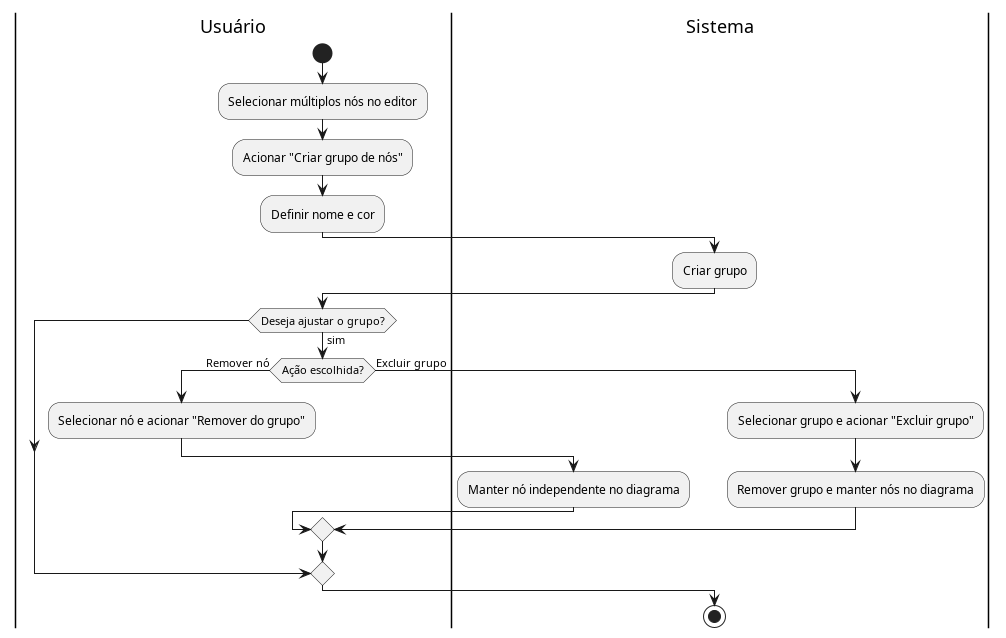
This is docs/casosUso/imagens/diagramas_atividade/diagrama_UC16.png from aspiringluke/Projeto-Integrado-Mobile, a PlantUML export, as it was before one commit.
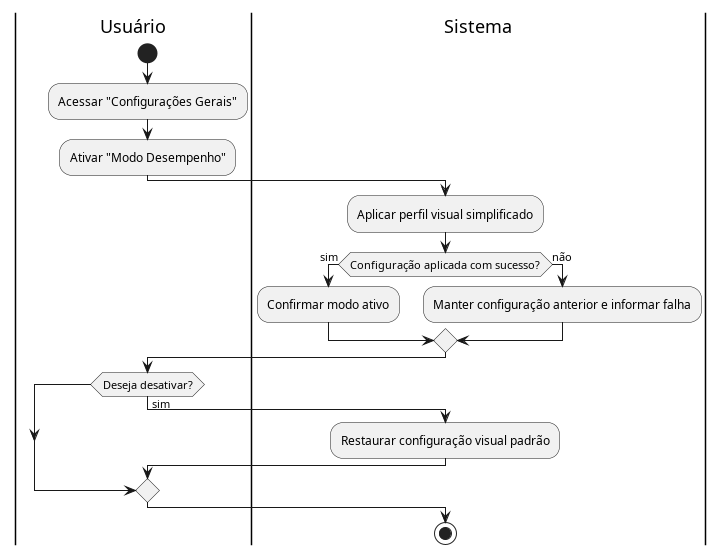
After the change.

What changed in the source:
```diff
@@ -2,24 +2,22 @@
 
 |Usuário|
 start
-:Selecionar múltiplos nós no editor;
-:Acionar "Criar grupo de nós";
-:Definir nome e cor;
+:Acessar "Configurações Gerais";
+:Ativar "Modo Desempenho";
 
 |Sistema|
-:Criar grupo;
+:Aplicar perfil visual simplificado;
+
+if (Configuração aplicada com sucesso?) then (sim)
+  :Confirmar modo ativo;
+else (não)
+  :Manter configuração anterior e informar falha;
+endif
 
 |Usuário|
-if (Deseja ajustar o grupo?) then (sim)
-  if (Ação escolhida?) then (Remover nó)
-  :Selecionar nó e acionar "Remover do grupo";
+if (Deseja desativar?) then (sim)
   |Sistema|
-  :Manter nó independente no diagrama;
-  else (Excluir grupo)
-  :Selecionar grupo e acionar "Excluir grupo";
-    |Sistema|
-    :Remover grupo e manter nós no diagrama;
-  endif
+  :Restaurar configuração visual padrão;
 endif
 
 stop
```
